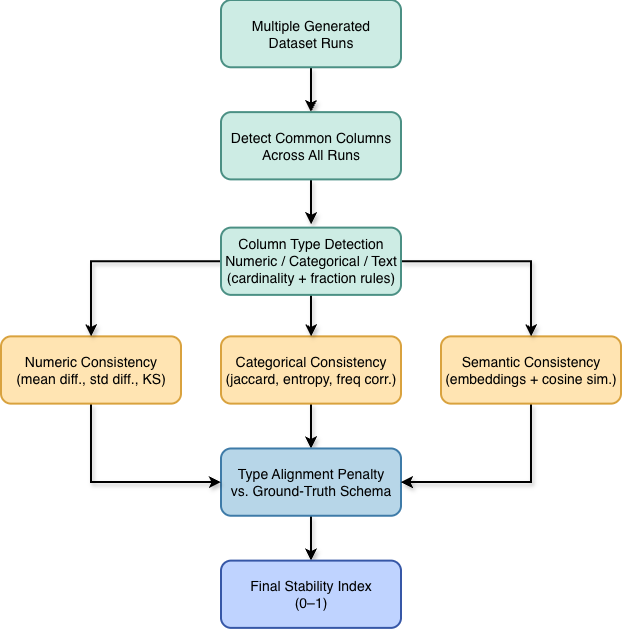
This is figures/flowchart_stability.png from veronhoxha/master_thesis, a draw.io export, as it was before one commit. Source tidied: cells renumbered, new cells last; positions are measured from the earlier drawing's top-left corner, leaving out a move shared by most shapes.
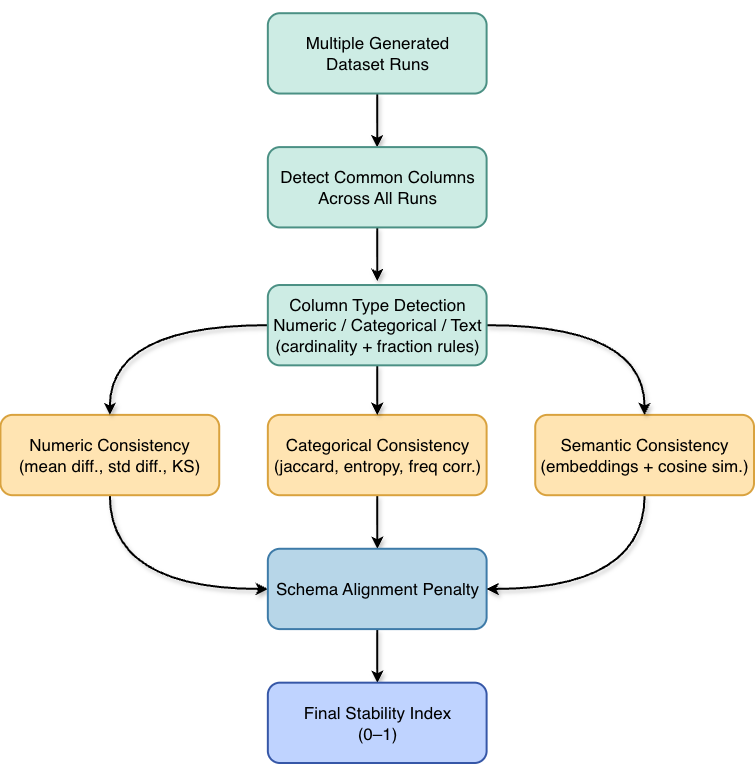
Later version of the same file.

Change to the diagram source:
```diff
@@ -2,63 +2,66 @@
   <root>
     <mxCell id="0" />
     <mxCell id="1" parent="0" />
-    <mxCell id="2" style="group;" parent="1" vertex="1">
-      <mxGeometry width="620" height="627.9" as="geometry" />
-    </mxCell>
+    <mxCell id="20" style="group;fontSize=17;" parent="1" vertex="1">
+      <mxGeometry x="-113.5" y="6.8" width="753.5" height="763.2" as="geometry" />
+    </mxCell>
+    <mxCell id="11" style="edgeStyle=orthogonalEdgeStyle;rounded=0;jettySize=auto;html=1;exitX=0.5;exitY=1;exitDx=0;exitDy=0;entryX=0;entryY=0.5;entryDx=0;entryDy=0;strokeWidth=2;shadow=1;curved=1;fontFamily=Helvetica;fontSize=17;" parent="20" edge="1" source="12" target="10">
+      <mxGeometry relative="1" as="geometry" />
+    </mxCell>
+    <mxCell id="12" value="&lt;div&gt;Numeric Consistency&lt;/div&gt;&lt;div&gt;(mean diff., std diff., KS)&lt;/div&gt;" style="rounded=1;whiteSpace=wrap;html=1;strokeWidth=2;fillColor=#FFE4B2;strokeColor=#D9A23E;fontSize=17;fontFamily=Helvetica;" parent="20" vertex="1">
+      <mxGeometry y="415.1" width="218.8" height="80.3" as="geometry" />
+    </mxCell>
+    <mxCell id="17" style="edgeStyle=orthogonalEdgeStyle;rounded=0;jettySize=auto;html=1;exitX=0;exitY=0.5;exitDx=0;exitDy=0;entryX=0.5;entryY=0;entryDx=0;entryDy=0;strokeWidth=2;shadow=1;curved=1;fontFamily=Helvetica;fontSize=17;" parent="20" edge="1" source="18" target="12">
+      <mxGeometry relative="1" as="geometry" />
+    </mxCell>
+    <mxCell id="21" style="group;fontSize=17;" parent="20" vertex="1">
+      <mxGeometry width="486.2" height="749.8" as="geometry" />
+    </mxCell>
-    <mxCell id="3" style="edgeStyle=orthogonalEdgeStyle;rounded=0;jettySize=auto;html=1;exitX=0.5;exitY=1;exitDx=0;exitDy=0;entryX=0.5;entryY=0;entryDx=0;entryDy=0;strokeWidth=2;shadow=1;" parent="2" edge="1" source="4" target="6">
+    <mxCell id="3" style="edgeStyle=orthogonalEdgeStyle;rounded=0;jettySize=auto;html=1;exitX=0.5;exitY=1;exitDx=0;exitDy=0;entryX=0.5;entryY=0;entryDx=0;entryDy=0;strokeWidth=2;shadow=1;fontFamily=Helvetica;fontSize=17;" parent="20" edge="1" source="4" target="6">
       <mxGeometry relative="1" as="geometry" />
     </mxCell>
-    <mxCell id="4" value="&lt;div&gt;Multiple Generated&lt;/div&gt;&lt;div&gt;Dataset Runs&lt;/div&gt;" style="rounded=1;whiteSpace=wrap;html=1;strokeWidth=2;fillColor=#CDECE4;strokeColor=#4B9084;fontSize=14;" parent="2" vertex="1">
-      <mxGeometry x="220" width="180" height="67.3" as="geometry" />
+    <mxCell id="4" value="&lt;div&gt;Multiple Generated&lt;/div&gt;&lt;div&gt;Dataset Runs&lt;/div&gt;" style="rounded=1;whiteSpace=wrap;html=1;strokeWidth=2;fillColor=#CDECE4;strokeColor=#4B9084;fontSize=17;fontFamily=Helvetica;" parent="20" vertex="1">
+      <mxGeometry x="267.4" y="13.4" width="218.8" height="80.3" as="geometry" />
     </mxCell>
-    <mxCell id="5" style="edgeStyle=orthogonalEdgeStyle;rounded=0;jettySize=auto;html=1;exitX=0.5;exitY=1;exitDx=0;exitDy=0;strokeWidth=2;shadow=1;" parent="2" edge="1" source="6">
+    <mxCell id="5" style="edgeStyle=orthogonalEdgeStyle;rounded=0;jettySize=auto;html=1;exitX=0.5;exitY=1;exitDx=0;exitDy=0;strokeWidth=2;shadow=1;fontFamily=Helvetica;fontSize=17;" parent="20" edge="1" source="6">
       <mxGeometry relative="1" as="geometry">
-        <mxPoint x="310" y="224.2" as="targetPoint" />
+        <mxPoint x="376.8" y="281.2" as="targetPoint" />
       </mxGeometry>
     </mxCell>
-    <mxCell id="6" value="&lt;div&gt;Detect Common Columns&lt;/div&gt;&lt;div&gt;Across All Runs&lt;/div&gt;" style="rounded=1;whiteSpace=wrap;html=1;strokeWidth=2;fillColor=#CDECE4;strokeColor=#4B9084;fontSize=14;" parent="2" vertex="1">
-      <mxGeometry x="220" y="112.1" width="180" height="67.3" as="geometry" />
+    <mxCell id="6" value="&lt;div&gt;Detect Common Columns&lt;/div&gt;&lt;div&gt;Across All Runs&lt;/div&gt;" style="rounded=1;whiteSpace=wrap;html=1;strokeWidth=2;fillColor=#CDECE4;strokeColor=#4B9084;fontSize=17;fontFamily=Helvetica;" parent="20" vertex="1">
+      <mxGeometry x="267.4" y="147.3" width="218.8" height="80.3" as="geometry" />
     </mxCell>
-    <mxCell id="7" style="edgeStyle=orthogonalEdgeStyle;rounded=0;jettySize=auto;html=1;exitX=0.5;exitY=1;exitDx=0;exitDy=0;entryX=0.5;entryY=0;entryDx=0;entryDy=0;strokeWidth=2;shadow=1;" parent="2" edge="1" source="8" target="10">
+    <mxCell id="7" style="edgeStyle=orthogonalEdgeStyle;rounded=0;jettySize=auto;html=1;exitX=0.5;exitY=1;exitDx=0;exitDy=0;entryX=0.5;entryY=0;entryDx=0;entryDy=0;strokeWidth=2;shadow=1;fontFamily=Helvetica;fontSize=17;" parent="20" edge="1" source="8" target="10">
       <mxGeometry relative="1" as="geometry" />
     </mxCell>
-    <mxCell id="8" value="&lt;div&gt;Categorical Consistency&lt;/div&gt;&lt;div&gt;(jaccard, entropy, freq corr.)&lt;/div&gt;" style="rounded=1;whiteSpace=wrap;html=1;strokeWidth=2;fillColor=#FFE4B2;strokeColor=#D9A23E;fontSize=14;" parent="2" vertex="1">
-      <mxGeometry x="220" y="336.4" width="180" height="67.3" as="geometry" />
+    <mxCell id="8" value="&lt;div&gt;Categorical&amp;nbsp;&lt;span style=&quot;background-color: transparent; color: light-dark(rgb(0, 0, 0), rgb(255, 255, 255));&quot;&gt;Consistency&lt;/span&gt;&lt;/div&gt;&lt;div&gt;(jaccard, entropy, freq corr.)&lt;/div&gt;" style="rounded=1;whiteSpace=wrap;html=1;strokeWidth=2;fillColor=#FFE4B2;strokeColor=#D9A23E;fontSize=17;fontFamily=Helvetica;" parent="20" vertex="1">
+      <mxGeometry x="267.4" y="415.1" width="218.8" height="80.3" as="geometry" />
     </mxCell>
-    <mxCell id="9" style="edgeStyle=orthogonalEdgeStyle;rounded=0;jettySize=auto;html=1;exitX=0.5;exitY=1;exitDx=0;exitDy=0;entryX=0.5;entryY=0;entryDx=0;entryDy=0;strokeWidth=2;shadow=1;" parent="2" edge="1" source="10">
+    <mxCell id="9" style="edgeStyle=orthogonalEdgeStyle;rounded=0;jettySize=auto;html=1;exitX=0.5;exitY=1;exitDx=0;exitDy=0;entryX=0.5;entryY=0;entryDx=0;entryDy=0;strokeWidth=2;shadow=1;fontFamily=Helvetica;fontSize=17;" parent="20" edge="1" source="10">
       <mxGeometry relative="1" as="geometry">
-        <mxPoint x="310" y="560.6" as="targetPoint" />
+        <mxPoint x="376.8" y="682.8" as="targetPoint" />
       </mxGeometry>
     </mxCell>
-    <mxCell id="10" value="&lt;div&gt;Type Alignment Penalty&lt;/div&gt;&lt;div&gt;vs. Ground-Truth Schema&lt;/div&gt;" style="rounded=1;whiteSpace=wrap;html=1;strokeWidth=2;fillColor=#B7D6E8;strokeColor=#3E7BA8;fontSize=14;" parent="2" vertex="1">
-      <mxGeometry x="220" y="448.5" width="180" height="67.3" as="geometry" />
+    <mxCell id="10" value="&lt;div&gt;Schema Alignment Penalty&lt;/div&gt;" style="rounded=1;whiteSpace=wrap;html=1;strokeWidth=2;fillColor=#B7D6E8;strokeColor=#3E7BA8;fontSize=17;fontFamily=Helvetica;" parent="20" vertex="1">
+      <mxGeometry x="267.4" y="549" width="218.8" height="80.3" as="geometry" />
     </mxCell>
-    <mxCell id="11" style="edgeStyle=orthogonalEdgeStyle;rounded=0;jettySize=auto;html=1;exitX=0.5;exitY=1;exitDx=0;exitDy=0;entryX=0;entryY=0.5;entryDx=0;entryDy=0;strokeWidth=2;shadow=1;" parent="2" edge="1" source="12" target="10">
-      <mxGeometry relative="1" as="geometry" />
-    </mxCell>
-    <mxCell id="12" value="&lt;div&gt;Numeric Consistency&lt;/div&gt;&lt;div&gt;(mean diff., std diff., KS)&lt;/div&gt;" style="rounded=1;whiteSpace=wrap;html=1;strokeWidth=2;fillColor=#FFE4B2;strokeColor=#D9A23E;fontSize=14;" parent="2" vertex="1">
-      <mxGeometry y="336.4" width="180" height="67.3" as="geometry" />
-    </mxCell>
-    <mxCell id="13" style="edgeStyle=orthogonalEdgeStyle;rounded=0;jettySize=auto;html=1;exitX=0.5;exitY=1;exitDx=0;exitDy=0;entryX=1;entryY=0.5;entryDx=0;entryDy=0;strokeWidth=2;shadow=1;" parent="2" edge="1" source="14" target="10">
+    <mxCell id="13" style="edgeStyle=orthogonalEdgeStyle;rounded=0;jettySize=auto;html=1;exitX=0.5;exitY=1;exitDx=0;exitDy=0;entryX=1;entryY=0.5;entryDx=0;entryDy=0;strokeWidth=2;shadow=1;curved=1;fontFamily=Helvetica;fontSize=17;" parent="20" edge="1" source="14" target="10">
       <mxGeometry relative="1" as="geometry" />
     </mxCell>
-    <mxCell id="14" value="&lt;div&gt;Semantic Consistency&lt;/div&gt;&lt;div&gt;(embeddings + cosine sim.)&lt;/div&gt;" style="rounded=1;whiteSpace=wrap;html=1;strokeWidth=2;fillColor=#FFE4B2;strokeColor=#D9A23E;fontSize=14;" parent="2" vertex="1">
-      <mxGeometry x="440" y="336.4" width="180" height="67.3" as="geometry" />
+    <mxCell id="14" value="&lt;div&gt;Semantic&amp;nbsp;&lt;span style=&quot;background-color: transparent; color: light-dark(rgb(0, 0, 0), rgb(255, 255, 255));&quot;&gt;Consistency&lt;/span&gt;&lt;/div&gt;&lt;div&gt;(embeddings + cosine sim.)&lt;/div&gt;" style="rounded=1;whiteSpace=wrap;html=1;strokeWidth=2;fillColor=#FFE4B2;strokeColor=#D9A23E;fontSize=17;fontFamily=Helvetica;" parent="20" vertex="1">
+      <mxGeometry x="534.8" y="415.1" width="218.8" height="80.3" as="geometry" />
     </mxCell>
-    <mxCell id="15" style="edgeStyle=orthogonalEdgeStyle;rounded=0;jettySize=auto;html=1;exitX=0.5;exitY=1;exitDx=0;exitDy=0;entryX=0.5;entryY=0;entryDx=0;entryDy=0;strokeWidth=2;shadow=1;" parent="2" edge="1" source="18" target="8">
+    <mxCell id="15" style="edgeStyle=orthogonalEdgeStyle;rounded=0;jettySize=auto;html=1;exitX=0.5;exitY=1;exitDx=0;exitDy=0;entryX=0.5;entryY=0;entryDx=0;entryDy=0;strokeWidth=2;shadow=1;fontFamily=Helvetica;fontSize=17;" parent="20" edge="1" source="18" target="8">
       <mxGeometry relative="1" as="geometry" />
     </mxCell>
-    <mxCell id="16" style="edgeStyle=orthogonalEdgeStyle;rounded=0;jettySize=auto;html=1;exitX=1;exitY=0.5;exitDx=0;exitDy=0;strokeWidth=2;shadow=1;" parent="2" edge="1" source="18" target="14">
+    <mxCell id="16" style="edgeStyle=orthogonalEdgeStyle;rounded=0;jettySize=auto;html=1;exitX=1;exitY=0.5;exitDx=0;exitDy=0;strokeWidth=2;shadow=1;curved=1;fontFamily=Helvetica;fontSize=17;" parent="20" edge="1" source="18" target="14">
       <mxGeometry relative="1" as="geometry" />
     </mxCell>
-    <mxCell id="17" style="edgeStyle=orthogonalEdgeStyle;rounded=0;jettySize=auto;html=1;exitX=0;exitY=0.5;exitDx=0;exitDy=0;entryX=0.5;entryY=0;entryDx=0;entryDy=0;strokeWidth=2;shadow=1;" parent="2" edge="1" source="18" target="12">
-      <mxGeometry relative="1" as="geometry" />
-    </mxCell>
-    <mxCell id="18" value="&lt;div&gt;Column Type Detection&lt;/div&gt;&lt;div&gt;Numeric / Categorical / Text&lt;/div&gt;&lt;div&gt;(cardinality + fraction rules)&lt;/div&gt;" style="rounded=1;whiteSpace=wrap;html=1;strokeWidth=2;fillColor=#CDECE4;strokeColor=#4B9084;fontSize=14;" parent="2" vertex="1">
-      <mxGeometry x="220" y="227.6" width="180" height="67.3" as="geometry" />
+    <mxCell id="18" value="&lt;div&gt;Column Type Detection&lt;/div&gt;&lt;div&gt;Numeric / Categorical / Text&lt;/div&gt;&lt;div&gt;(cardinality + fraction rules)&lt;/div&gt;" style="rounded=1;whiteSpace=wrap;html=1;strokeWidth=2;fillColor=#CDECE4;strokeColor=#4B9084;fontSize=17;fontFamily=Helvetica;" parent="20" vertex="1">
+      <mxGeometry x="267.4" y="285.2" width="218.8" height="80.3" as="geometry" />
     </mxCell>
-    <mxCell id="19" value="&lt;div&gt;Final Stability Index&lt;/div&gt;&lt;div&gt;(0–1)&lt;/div&gt;" style="rounded=1;whiteSpace=wrap;html=1;strokeWidth=2;fillColor=#BFD3FF;strokeColor=#3657A7;fontSize=14;" parent="2" vertex="1">
-      <mxGeometry x="220" y="560.6" width="180" height="67.3" as="geometry" />
+    <mxCell id="19" value="&lt;div&gt;Final Stability Index&lt;/div&gt;&lt;div&gt;(0–1)&lt;/div&gt;" style="rounded=1;whiteSpace=wrap;html=1;strokeWidth=2;fillColor=#BFD3FF;strokeColor=#3657A7;fontSize=17;fontFamily=Helvetica;" parent="20" vertex="1">
+      <mxGeometry x="267.4" y="682.8" width="218.8" height="80.3" as="geometry" />
     </mxCell>
   </root>
 </mxGraphModel>
```
